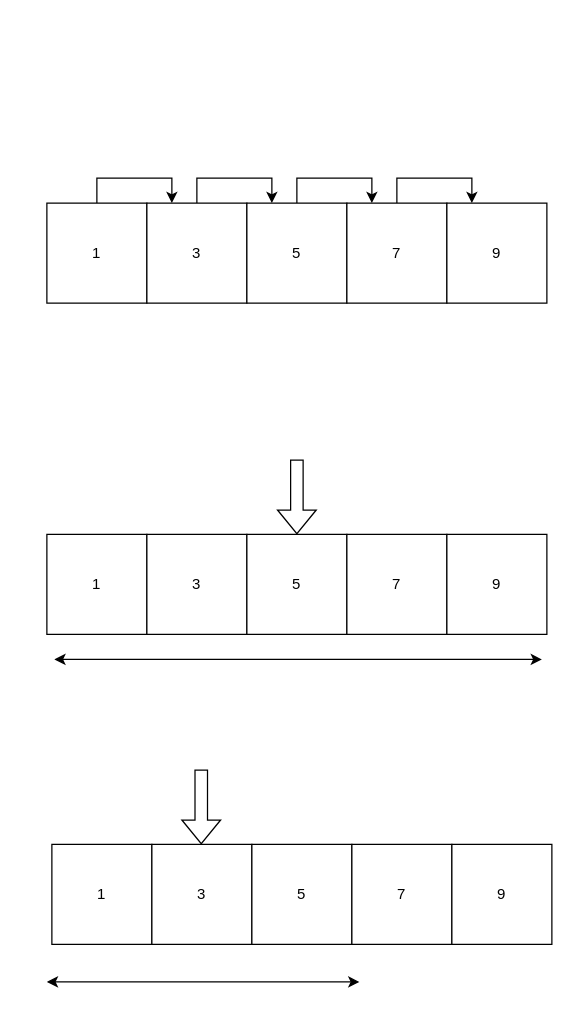
L1uXO330B7/Leetcode keeps this draw.io diagram as BinarySearch.drawio. Above is the earlier version. Source tidied: cells renumbered, new cells numbered last; positions are measured from the earlier drawing's top-left corner, leaving out a move shared by most shapes. Both pictures are drawn from the tidied source at 125%, with x=0, y=0 at pixel (46, 202).
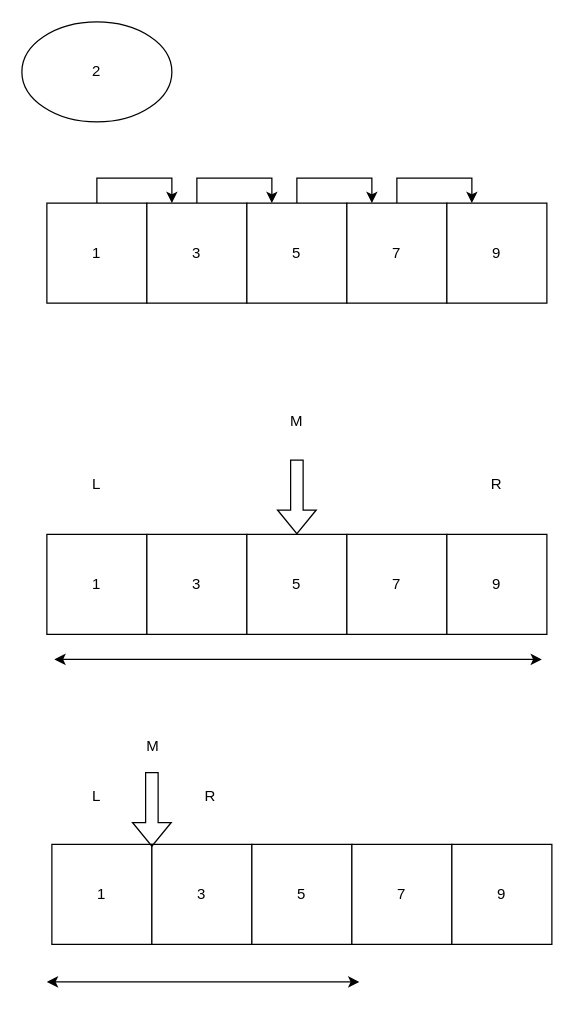
The same page after the edit.

Diff of the diagram source:
```diff
@@
     <mxCell id="24" style="shape=flexArrow;endArrow=classic;html=1;rounded=0;labelBackgroundColor=default;strokeColor=default;fontFamily=Helvetica;fontSize=11;fontColor=default;" parent="1" edge="1">
       <mxGeometry relative="1" as="geometry">
-        <mxPoint x="123.5" y="453" as="sourcePoint" />
-        <mxPoint x="123.5" y="513" as="targetPoint" />
+        <mxPoint x="84" y="455" as="sourcePoint" />
+        <mxPoint x="84" y="515" as="targetPoint" />
       </mxGeometry>
     </mxCell>
+    <mxCell id="25" value="2" style="ellipse;whiteSpace=wrap;html=1;" parent="1" vertex="1">
+      <mxGeometry x="-20" y="-145" width="120" height="80" as="geometry" />
+    </mxCell>
+    <mxCell id="26" value="R" style="text;html=1;strokeColor=none;fillColor=none;align=center;verticalAlign=middle;whiteSpace=wrap;rounded=0;" parent="1" vertex="1">
+      <mxGeometry x="345" y="205" width="30" height="40" as="geometry" />
+    </mxCell>
+    <mxCell id="27" value="L" style="text;html=1;strokeColor=none;fillColor=none;align=center;verticalAlign=middle;whiteSpace=wrap;rounded=0;" parent="1" vertex="1">
+      <mxGeometry x="25" y="455" width="30" height="40" as="geometry" />
+    </mxCell>
+    <mxCell id="28" value="R" style="text;html=1;strokeColor=none;fillColor=none;align=center;verticalAlign=middle;whiteSpace=wrap;rounded=0;" parent="1" vertex="1">
+      <mxGeometry x="116" y="455" width="30" height="40" as="geometry" />
+    </mxCell>
+    <mxCell id="29" value="M" style="text;html=1;strokeColor=none;fillColor=none;align=center;verticalAlign=middle;whiteSpace=wrap;rounded=0;" parent="1" vertex="1">
+      <mxGeometry x="185" y="155" width="30" height="40" as="geometry" />
+    </mxCell>
+    <mxCell id="30" value="L" style="text;html=1;strokeColor=none;fillColor=none;align=center;verticalAlign=middle;whiteSpace=wrap;rounded=0;" parent="1" vertex="1">
+      <mxGeometry x="25" y="205" width="30" height="40" as="geometry" />
+    </mxCell>
+    <mxCell id="31" value="M" style="text;html=1;strokeColor=none;fillColor=none;align=center;verticalAlign=middle;whiteSpace=wrap;rounded=0;" parent="1" vertex="1">
+      <mxGeometry x="70" y="415" width="30" height="40" as="geometry" />
+    </mxCell>
```
